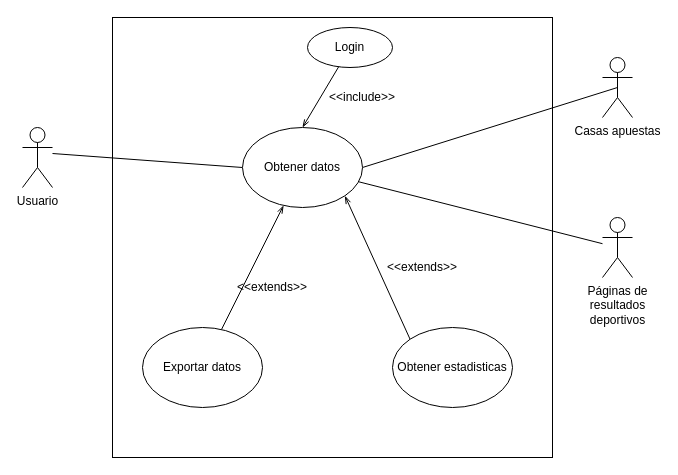
The draw.io diagram Casos_de_uso.drawio in JCAMRO5/Datos_deportivos, before the edit. Source tidied: cells renumbered, new cells numbered last; positions are measured from the earlier drawing's top-left corner, leaving out a move shared by most shapes. Both pictures are drawn from the tidied source at 100%, with x=0, y=0 at pixel (22, 17).
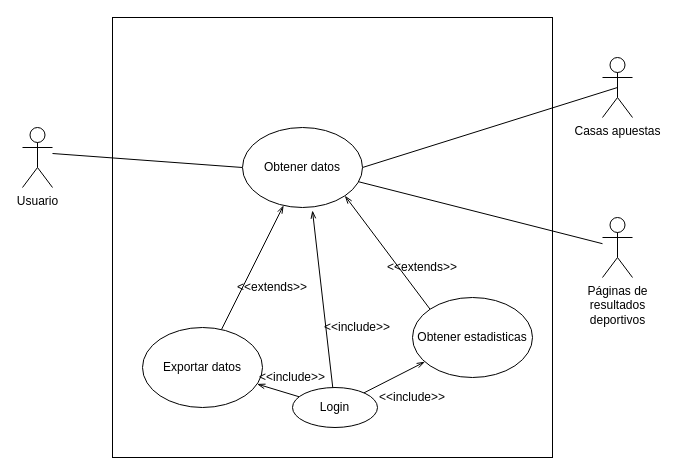
The same diagram, later.

Unchanged cells that the change refers to:
```xml
<mxCell id="7" value="Obtener datos" style="ellipse;whiteSpace=wrap;html=1;" parent="1" vertex="1">
  <mxGeometry x="220" y="110" width="120" height="80" as="geometry" />
</mxCell>
<mxCell id="11" value="Exportar datos" style="ellipse;whiteSpace=wrap;html=1;" parent="1" vertex="1">
  <mxGeometry x="120" y="310" width="120" height="80" as="geometry" />
</mxCell>
```

Diff of the diagram source:
```diff
@@
     <mxCell id="13" value="Obtener estadisticas" style="ellipse;whiteSpace=wrap;html=1;" parent="1" vertex="1">
-      <mxGeometry x="370" y="310" width="120" height="80" as="geometry" />
+      <mxGeometry x="390" y="280" width="120" height="80" as="geometry" />
     </mxCell>
@@
-    <mxCell id="16" style="rounded=0;jettySize=auto;html=1;entryX=0.5;entryY=0;entryDx=0;entryDy=0;startArrow=none;startFill=0;endArrow=openThin;endFill=0;" parent="1" edge="1" source="17" target="7">
+    <mxCell id="16" style="rounded=0;jettySize=auto;html=1;startArrow=none;startFill=0;endArrow=openThin;endFill=0;entryX=0.583;entryY=1.038;entryDx=0;entryDy=0;entryPerimeter=0;" parent="1" edge="1" source="17" target="7">
       <mxGeometry relative="1" as="geometry" />
     </mxCell>
+    <mxCell id="19" style="rounded=0;jettySize=auto;html=1;endArrow=openThin;endFill=0;" parent="1" edge="1" source="17" target="11">
+      <mxGeometry relative="1" as="geometry" />
+    </mxCell>
+    <mxCell id="20" style="edgeStyle=none;rounded=0;jettySize=auto;html=1;endArrow=openThin;endFill=0;" parent="1" edge="1" source="17" target="13">
+      <mxGeometry relative="1" as="geometry" />
+    </mxCell>
     <mxCell id="17" value="Login" style="ellipse;whiteSpace=wrap;html=1;fillColor=none;" parent="1" vertex="1">
-      <mxGeometry x="285" y="10" width="85" height="40" as="geometry" />
+      <mxGeometry x="270" y="370" width="85" height="40" as="geometry" />
     </mxCell>
     <mxCell id="18" value="&amp;lt;&amp;lt;include&amp;gt;&amp;gt;" style="text;html=1;strokeColor=none;fillColor=none;align=center;verticalAlign=middle;whiteSpace=wrap;rounded=0;" parent="1" vertex="1">
-      <mxGeometry x="320" y="70" width="40" height="20" as="geometry" />
+      <mxGeometry x="315" y="300" width="40" height="20" as="geometry" />
     </mxCell>
+    <mxCell id="21" value="&amp;lt;&amp;lt;include&amp;gt;&amp;gt;" style="text;html=1;strokeColor=none;fillColor=none;align=center;verticalAlign=middle;whiteSpace=wrap;rounded=0;" parent="1" vertex="1">
+      <mxGeometry x="370" y="370" width="40" height="20" as="geometry" />
+    </mxCell>
+    <mxCell id="22" value="&amp;lt;&amp;lt;include&amp;gt;&amp;gt;" style="text;html=1;strokeColor=none;fillColor=none;align=center;verticalAlign=middle;whiteSpace=wrap;rounded=0;" parent="1" vertex="1">
+      <mxGeometry x="250" y="350" width="40" height="20" as="geometry" />
+    </mxCell>
```
